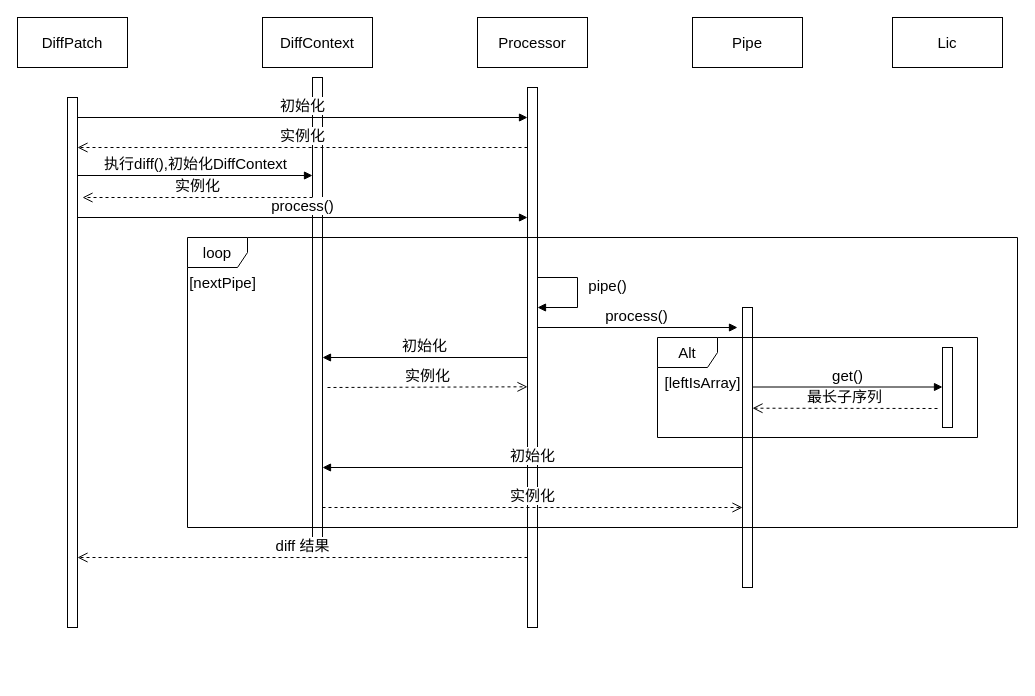
yuxinyu12345/diagrams keeps this draw.io diagram as 第五章/DIFF操作时序图.drawio. Above is the earlier version. Source tidied: cells renumbered, new cells numbered last; positions are measured from the earlier drawing's top-left corner, leaving out a move shared by most shapes. Both pictures are drawn from the tidied source at 100%, with x=0, y=0 at pixel (17, 17).
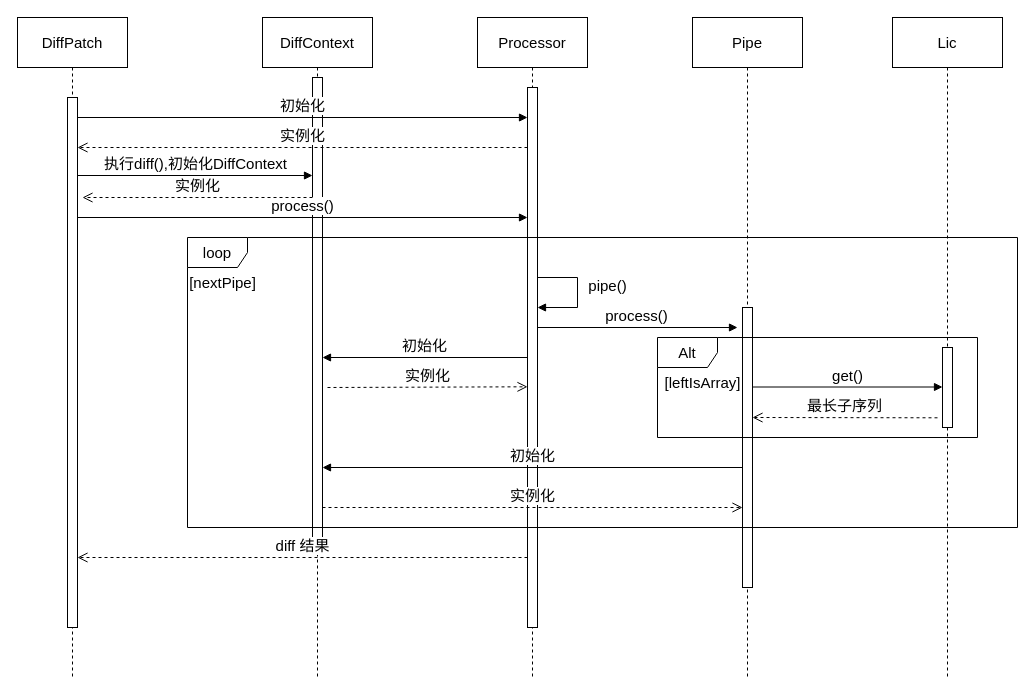
The same page after the edit.

Commit message (it also covers changes not shown here):
更新DIFF操作时序图.drawio

The change refers to these unchanged cells:
```xml
<mxCell id="2" value="DiffContext" style="html=1;whiteSpace=wrap;fontSize=15;" parent="1" vertex="1">
  <mxGeometry x="245" width="110" height="50" as="geometry" />
</mxCell>
<mxCell id="3" value="Processor" style="html=1;whiteSpace=wrap;fontSize=15;" parent="1" vertex="1">
  <mxGeometry x="460" width="110" height="50" as="geometry" />
</mxCell>
<mxCell id="4" value="Pipe" style="html=1;whiteSpace=wrap;fontSize=15;" parent="1" vertex="1">
  <mxGeometry x="675" width="110" height="50" as="geometry" />
</mxCell>
<mxCell id="5" value="Lic" style="html=1;whiteSpace=wrap;fontSize=15;" parent="1" vertex="1">
  <mxGeometry x="875" width="110" height="50" as="geometry" />
</mxCell>
<mxCell id="6" value="DiffPatch" style="html=1;whiteSpace=wrap;fontSize=15;" parent="1" vertex="1">
  <mxGeometry width="110" height="50" as="geometry" />
</mxCell>
```

The edit, as a diff of the source:
```diff
@@
+    <mxCell id="30" style="edgeStyle=orthogonalEdgeStyle;rounded=0;jettySize=auto;html=1;exitX=0.5;exitY=1;exitDx=0;exitDy=0;dashed=1;endArrow=none;endFill=0;" parent="1" edge="1" source="2">
+      <mxGeometry relative="1" as="geometry">
+        <mxPoint x="300" y="660" as="targetPoint" />
+      </mxGeometry>
+    </mxCell>
@@
+    <mxCell id="31" style="edgeStyle=orthogonalEdgeStyle;rounded=0;jettySize=auto;html=1;exitX=0.5;exitY=1;exitDx=0;exitDy=0;dashed=1;endArrow=none;endFill=0;" parent="1" edge="1" source="3">
+      <mxGeometry relative="1" as="geometry">
+        <mxPoint x="515" y="660" as="targetPoint" />
+      </mxGeometry>
+    </mxCell>
@@
+    <mxCell id="32" style="edgeStyle=orthogonalEdgeStyle;rounded=0;jettySize=auto;html=1;exitX=0.5;exitY=1;exitDx=0;exitDy=0;endArrow=none;endFill=0;dashed=1;" parent="1" edge="1" source="4">
+      <mxGeometry relative="1" as="geometry">
+        <mxPoint x="730" y="660" as="targetPoint" />
+      </mxGeometry>
+    </mxCell>
@@
+    <mxCell id="33" style="edgeStyle=orthogonalEdgeStyle;rounded=0;jettySize=auto;html=1;exitX=0.5;exitY=1;exitDx=0;exitDy=0;endArrow=none;endFill=0;dashed=1;" parent="1" edge="1" source="5">
+      <mxGeometry relative="1" as="geometry">
+        <mxPoint x="930" y="660" as="targetPoint" />
+      </mxGeometry>
+    </mxCell>
@@
+    <mxCell id="34" style="edgeStyle=orthogonalEdgeStyle;rounded=0;jettySize=auto;html=1;exitX=0.5;exitY=1;exitDx=0;exitDy=0;dashed=1;endArrow=none;endFill=0;" parent="1" edge="1" source="6">
+      <mxGeometry relative="1" as="geometry">
+        <mxPoint x="55" y="660" as="targetPoint" />
+      </mxGeometry>
+    </mxCell>
@@
     <mxCell id="24" value="最长子序列" style="html=1;verticalAlign=bottom;endArrow=open;dashed=1;endSize=8;curved=0;rounded=0;fontSize=15;" parent="1" edge="1">
       <mxGeometry relative="1" as="geometry">
-        <mxPoint x="920" y="391" as="sourcePoint" />
-        <mxPoint x="735" y="390.7" as="targetPoint" />
+        <mxPoint x="920" y="400.3" as="sourcePoint" />
+        <mxPoint x="735" y="400" as="targetPoint" />
       </mxGeometry>
     </mxCell>
```
